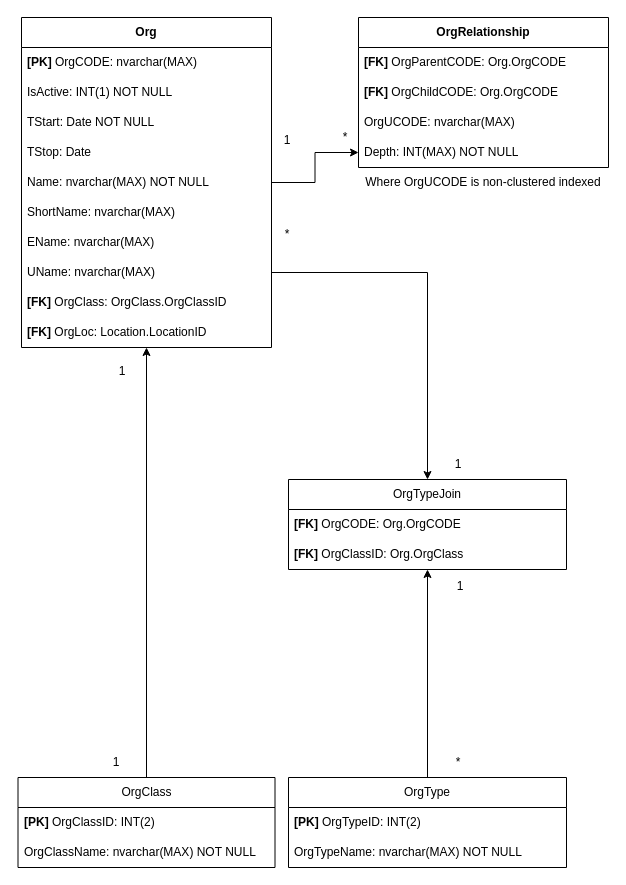
cosmicshuttle/GCAT.NET keeps this draw.io diagram as doc/GCAT.Org.drawio. Above is the earlier version. Source tidied: cells renumbered, new cells numbered last; positions are measured from the earlier drawing's top-left corner, leaving out a move shared by most shapes. Both pictures are drawn from the tidied source at 100%, with x=0, y=0 at pixel (17, 17).
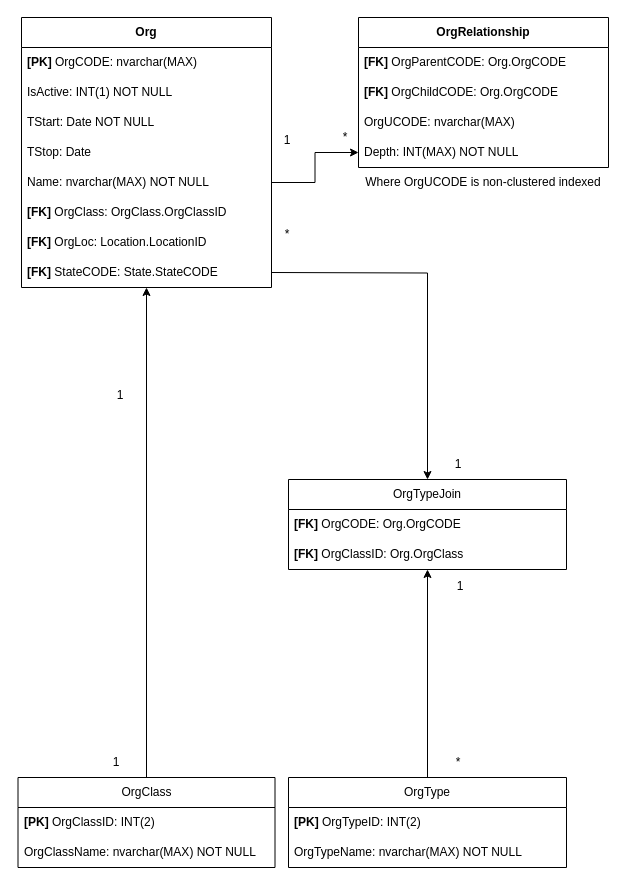
After the change.

The change refers to these unchanged cells:
```xml
<mxCell id="26" value="OrgTypeJoin" style="swimlane;fontStyle=0;horizontal=1;startSize=30;whiteSpace=wrap;html=1;" parent="1" vertex="1">
  <mxGeometry x="271" y="462" width="278" height="90" as="geometry" />
</mxCell>
```

Change to the diagram source:
```diff
@@
     <mxCell id="15" value="&lt;b&gt;Org&lt;/b&gt;" style="swimlane;fontStyle=0;horizontal=1;startSize=30;whiteSpace=wrap;html=1;" parent="1" vertex="1">
-      <mxGeometry x="4" width="250" height="330" as="geometry" />
+      <mxGeometry x="4" width="250" height="270" as="geometry" />
     </mxCell>
@@
-    <mxCell id="21" value="ShortName: nvarchar(MAX)" style="text;strokeColor=none;fillColor=none;align=left;verticalAlign=middle;spacingLeft=4;spacingRight=4;overflow=hidden;whiteSpace=wrap;html=1;" parent="15" vertex="1">
-      <mxGeometry y="180" width="250" height="30" as="geometry" />
-    </mxCell>
-    <mxCell id="22" value="EName: nvarchar(MAX)" style="text;strokeColor=none;fillColor=none;align=left;verticalAlign=middle;spacingLeft=4;spacingRight=4;overflow=hidden;whiteSpace=wrap;html=1;" parent="15" vertex="1">
-      <mxGeometry y="210" width="250" height="30" as="geometry" />
-    </mxCell>
-    <mxCell id="23" value="UName: nvarchar(MAX)" style="text;strokeColor=none;fillColor=none;align=left;verticalAlign=middle;spacingLeft=4;spacingRight=4;overflow=hidden;points=[[0,0.5],[1,0.5]];portConstraint=eastwest;whiteSpace=wrap;html=1;" parent="15" vertex="1">
-      <mxGeometry y="240" width="250" height="30" as="geometry" />
-    </mxCell>
     <mxCell id="24" value="&lt;span style=&quot;font-weight: bold;&quot;&gt;[FK]&lt;/span&gt;&lt;span style=&quot;font-weight: bold;&quot;&gt; &lt;/span&gt;OrgClass: OrgClass.OrgClassID" style="text;strokeColor=none;fillColor=none;align=left;verticalAlign=middle;spacingLeft=4;spacingRight=4;overflow=hidden;whiteSpace=wrap;html=1;" parent="15" vertex="1">
-      <mxGeometry y="270" width="250" height="30" as="geometry" />
+      <mxGeometry y="180" width="250" height="30" as="geometry" />
     </mxCell>
     <mxCell id="25" value="&lt;span style=&quot;font-weight: bold;&quot;&gt;[FK] &lt;/span&gt;OrgLoc: Location.LocationID" style="text;strokeColor=none;fillColor=none;align=left;verticalAlign=middle;spacingLeft=4;spacingRight=4;overflow=hidden;whiteSpace=wrap;html=1;" parent="15" vertex="1">
-      <mxGeometry y="300" width="250" height="30" as="geometry" />
+      <mxGeometry y="210" width="250" height="30" as="geometry" />
     </mxCell>
+    <mxCell id="40" value="&lt;span style=&quot;font-weight: bold;&quot;&gt;[FK] &lt;/span&gt;StateCODE: State.StateCODE" style="text;strokeColor=none;fillColor=none;align=left;verticalAlign=middle;spacingLeft=4;spacingRight=4;overflow=hidden;whiteSpace=wrap;html=1;" parent="15" vertex="1">
+      <mxGeometry y="240" width="250" height="30" as="geometry" />
+    </mxCell>
@@
-    <mxCell id="37" style="edgeStyle=orthogonalEdgeStyle;rounded=0;jettySize=auto;html=1;exitX=1;exitY=0.5;exitDx=0;exitDy=0;entryX=0.5;entryY=0;entryDx=0;entryDy=0;" parent="1" edge="1" source="23" target="26">
-      <mxGeometry relative="1" as="geometry" />
+    <mxCell id="37" style="edgeStyle=orthogonalEdgeStyle;rounded=0;jettySize=auto;html=1;exitX=1;exitY=0.5;exitDx=0;exitDy=0;entryX=0.5;entryY=0;entryDx=0;entryDy=0;" parent="1" edge="1" target="26">
+      <mxGeometry relative="1" as="geometry">
+        <mxPoint x="254" y="255" as="sourcePoint" />
+      </mxGeometry>
     </mxCell>
     <mxCell id="38" value="1" style="text;html=1;whiteSpace=wrap;strokeColor=none;fillColor=none;align=center;verticalAlign=middle;rounded=0;" parent="1" vertex="1">
-      <mxGeometry x="75" y="339" width="60" height="30" as="geometry" />
+      <mxGeometry x="73" y="363" width="60" height="30" as="geometry" />
     </mxCell>
```
